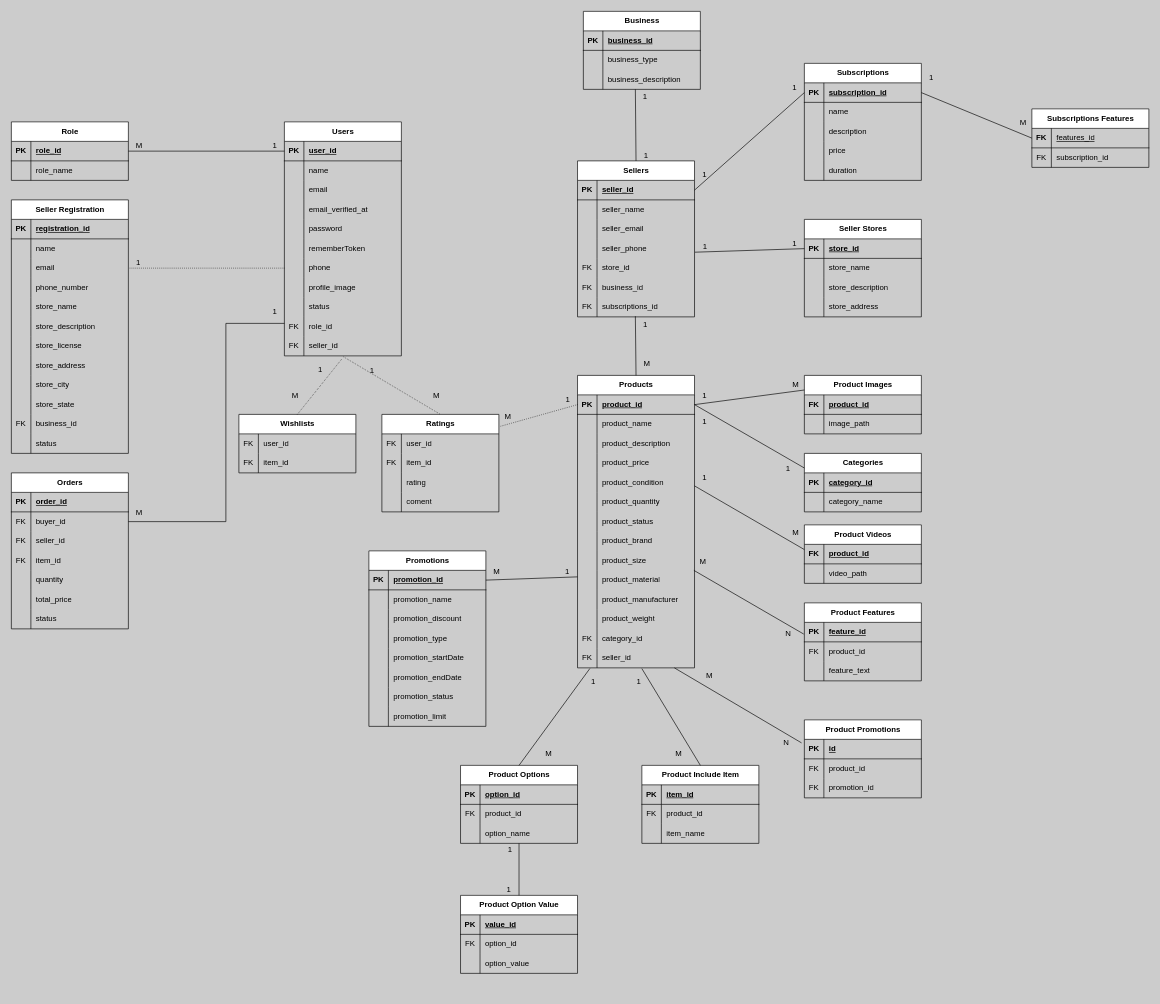
Above: system_design/database.drawio in Danny-CYH/Relove-Market (draw.io), before the change. Source tidied: cells renumbered, new cells numbered last; positions are measured from the earlier drawing's top-left corner, leaving out a move shared by most shapes. Both pictures are drawn from the tidied source at 65%, with x=0, y=0 at pixel (11, 11).
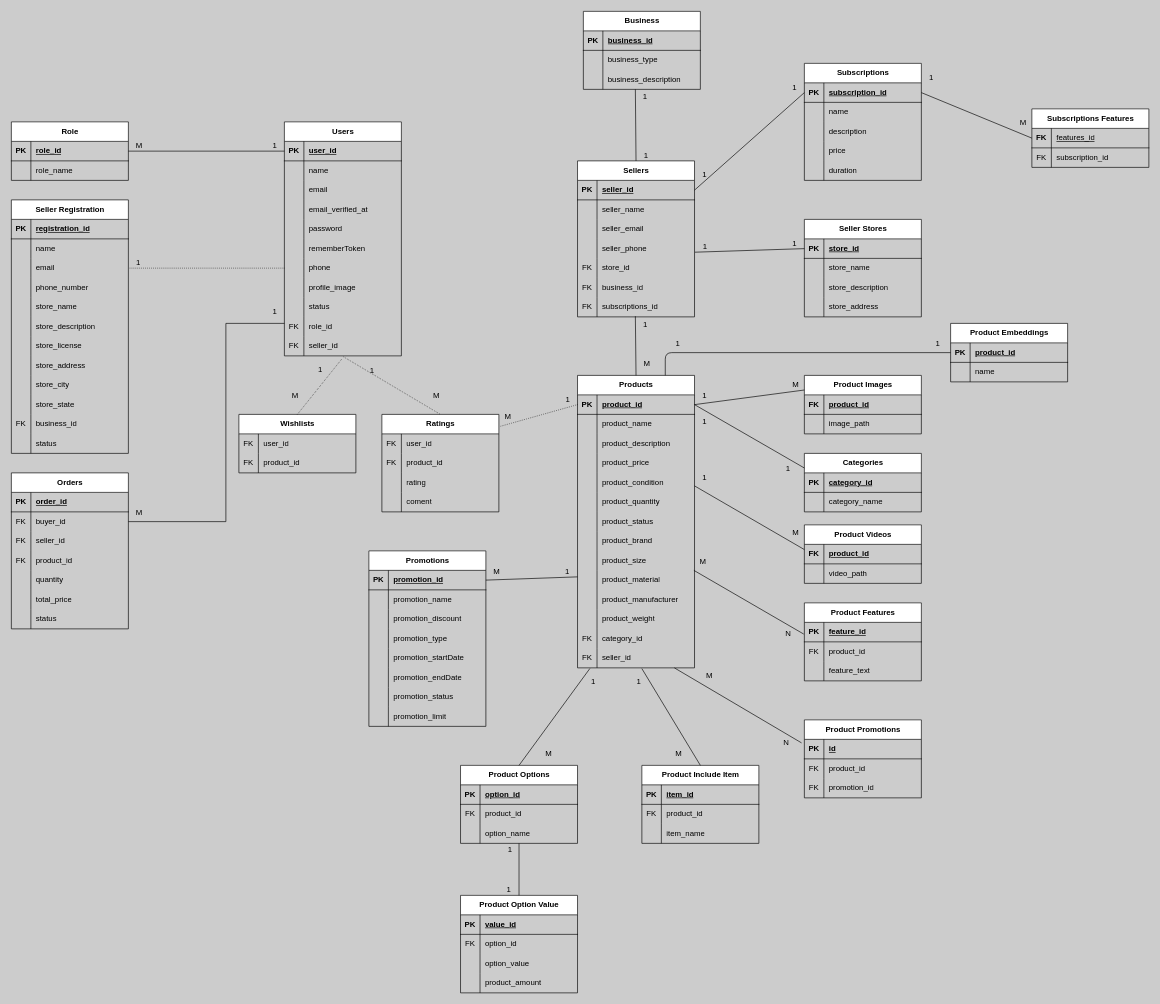
The same page after the edit.

The change refers to these unchanged cells:
```xml
<mxCell id="73" value="Products" style="shape=table;startSize=30;childLayout=tableLayout;rowLines=0;fontStyle=1;align=center;html=1;" parent="1" vertex="1">
  <mxGeometry x="871" y="560" width="180" height="450" as="geometry" />
</mxCell>
<mxCell id="148" style="shape=tableRow;horizontal=0;startSize=0;swimlaneHead=0;swimlaneBody=0;fillColor=none;top=0;left=0;right=0;bottom=0;" parent="138" vertex="1">
  <mxGeometry y="120" width="180" height="30" as="geometry" />
</mxCell>
<mxCell id="164" style="shape=tableRow;horizontal=0;startSize=0;swimlaneHead=0;swimlaneBody=0;fillColor=none;top=0;left=0;right=0;bottom=0;" parent="160" vertex="1">
  <mxGeometry y="60" width="180" height="30" as="geometry" />
</mxCell>
<mxCell id="201" style="shape=tableRow;horizontal=0;startSize=0;swimlaneHead=0;swimlaneBody=0;fillColor=none;top=0;left=0;right=0;bottom=0;" parent="197" vertex="1">
  <mxGeometry y="60" width="180" height="30" as="geometry" />
</mxCell>
```

Change to the diagram source:
```diff
@@
-    <mxCell id="150" value="item_id" style="shape=partialRectangle;fillColor=none;top=0;left=0;bottom=0;right=0;align=left;spacingLeft=6;overflow=hidden;whiteSpace=wrap;html=1;" parent="148" vertex="1">
+    <mxCell id="150" value="product_id" style="shape=partialRectangle;fillColor=none;top=0;left=0;bottom=0;right=0;align=left;spacingLeft=6;overflow=hidden;whiteSpace=wrap;html=1;" parent="148" vertex="1">
       <mxGeometry x="30" width="150" height="30" as="geometry" />
     </mxCell>
@@
-    <mxCell id="166" value="item_id" style="shape=partialRectangle;fillColor=none;top=0;left=0;bottom=0;right=0;align=left;spacingLeft=6;overflow=hidden;whiteSpace=wrap;html=1;" parent="164" vertex="1">
+    <mxCell id="166" value="product_id" style="shape=partialRectangle;fillColor=none;top=0;left=0;bottom=0;right=0;align=left;spacingLeft=6;overflow=hidden;whiteSpace=wrap;html=1;" parent="164" vertex="1">
       <mxGeometry x="30" width="150" height="30" as="geometry" />
     </mxCell>
@@
-    <mxCell id="203" value="item_id" style="shape=partialRectangle;fillColor=none;top=0;left=0;bottom=0;right=0;align=left;spacingLeft=6;overflow=hidden;whiteSpace=wrap;html=1;" parent="201" vertex="1">
+    <mxCell id="203" value="product_id" style="shape=partialRectangle;fillColor=none;top=0;left=0;bottom=0;right=0;align=left;spacingLeft=6;overflow=hidden;whiteSpace=wrap;html=1;" parent="201" vertex="1">
       <mxGeometry x="30" width="150" height="30" as="geometry" />
     </mxCell>
@@
     <mxCell id="302" value="Product Option Value" style="shape=table;startSize=30;childLayout=tableLayout;rowLines=0;fontStyle=1;align=center;html=1;" parent="1" vertex="1">
-      <mxGeometry x="691" y="1360" width="180" height="120" as="geometry" />
+      <mxGeometry x="691" y="1360" width="180" height="150" as="geometry" />
     </mxCell>
@@
+    <mxCell id="388" style="shape=tableRow;horizontal=0;startSize=0;swimlaneHead=0;swimlaneBody=0;fillColor=none;top=0;left=0;right=0;bottom=0;" parent="302" vertex="1">
+      <mxGeometry y="120" width="180" height="30" as="geometry" />
+    </mxCell>
+    <mxCell id="389" style="shape=partialRectangle;fillColor=none;top=0;left=0;bottom=0;right=0;overflow=hidden;whiteSpace=wrap;html=1;" parent="388" vertex="1">
+      <mxGeometry width="30" height="30" as="geometry" />
+    </mxCell>
+    <mxCell id="390" value="product_amount" style="shape=partialRectangle;fillColor=none;top=0;left=0;bottom=0;right=0;align=left;spacingLeft=6;overflow=hidden;whiteSpace=wrap;html=1;" parent="388" vertex="1">
+      <mxGeometry x="30" width="150" height="30" as="geometry" />
+    </mxCell>
@@
+    <mxCell id="391" value="Product Embeddings" style="shape=table;startSize=30;childLayout=tableLayout;rowLines=0;fontStyle=1;align=center;html=1;" parent="1" vertex="1">
+      <mxGeometry x="1445" y="480" width="180" height="90" as="geometry" />
+    </mxCell>
+    <mxCell id="392" style="shape=tableRow;horizontal=0;startSize=0;swimlaneHead=0;swimlaneBody=0;fillColor=none;points=[[0,0.5],[1,0.5]];portConstraint=eastwest;top=0;left=0;right=0;bottom=1;" parent="391" vertex="1">
+      <mxGeometry y="30" width="180" height="30" as="geometry" />
+    </mxCell>
+    <mxCell id="393" value="PK" style="shape=partialRectangle;fillColor=none;top=0;left=0;bottom=0;right=0;fontStyle=1;overflow=hidden;whiteSpace=wrap;html=1;" parent="392" vertex="1">
+      <mxGeometry width="30" height="30" as="geometry" />
+    </mxCell>
+    <mxCell id="394" value="product_id" style="shape=partialRectangle;fillColor=none;top=0;left=0;bottom=0;right=0;align=left;spacingLeft=6;fontStyle=5;overflow=hidden;whiteSpace=wrap;html=1;" parent="392" vertex="1">
+      <mxGeometry x="30" width="150" height="30" as="geometry" />
+    </mxCell>
+    <mxCell id="395" style="shape=tableRow;horizontal=0;startSize=0;swimlaneHead=0;swimlaneBody=0;fillColor=none;top=0;left=0;right=0;bottom=0;" parent="391" vertex="1">
+      <mxGeometry y="60" width="180" height="30" as="geometry" />
+    </mxCell>
+    <mxCell id="396" style="shape=partialRectangle;fillColor=none;top=0;left=0;bottom=0;right=0;overflow=hidden;whiteSpace=wrap;html=1;" parent="395" vertex="1">
+      <mxGeometry width="30" height="30" as="geometry" />
+    </mxCell>
+    <mxCell id="397" value="name" style="shape=partialRectangle;fillColor=none;top=0;left=0;bottom=0;right=0;align=left;spacingLeft=6;overflow=hidden;whiteSpace=wrap;html=1;" parent="395" vertex="1">
+      <mxGeometry x="30" width="150" height="30" as="geometry" />
+    </mxCell>
+    <mxCell id="398" style="edgeStyle=orthogonalEdgeStyle;html=1;exitX=0;exitY=0.5;exitDx=0;exitDy=0;entryX=0.75;entryY=0;entryDx=0;entryDy=0;endArrow=none;endFill=0;" parent="1" edge="1" source="392" target="73">
+      <mxGeometry relative="1" as="geometry" />
+    </mxCell>
+    <mxCell id="399" value="1" style="html=1;whiteSpace=wrap;align=right;verticalAlign=bottom;" parent="1" vertex="1">
+      <mxGeometry x="1030" y="520" as="geometry" />
+    </mxCell>
+    <mxCell id="400" value="1" style="html=1;whiteSpace=wrap;align=right;verticalAlign=bottom;" parent="1" vertex="1">
+      <mxGeometry x="1430" y="520" as="geometry" />
+    </mxCell>
```
